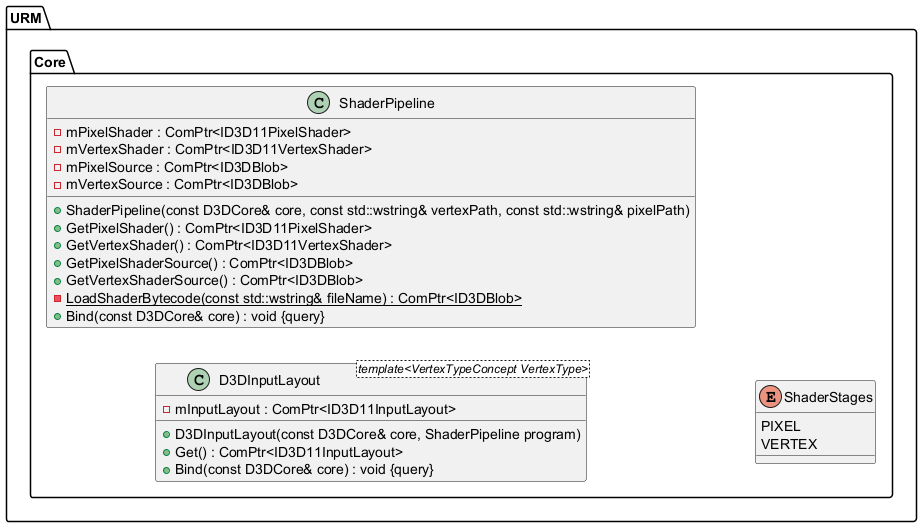
Earlier version of the PlantUML export Latex/images/UML/shader.png (MinikPLayer/MasterThesis_UniversalRenderingModule_D3D11).
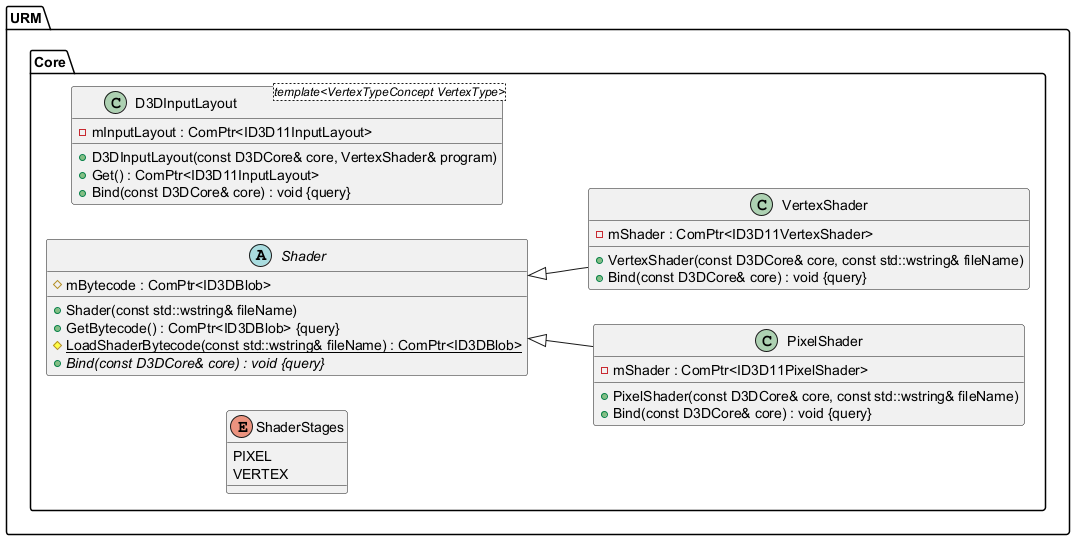
After the commit.

The edit, as a diff of the source:
```diff
@@ -9,23 +9,29 @@
 namespace URM {
 	namespace Core {
 		class D3DInputLayout <template<VertexTypeConcept VertexType>> {
-			+D3DInputLayout(const D3DCore& core, ShaderPipeline program)
+			+D3DInputLayout(const D3DCore& core, VertexShader& program)
 			+Get() : ComPtr<ID3D11InputLayout>
 			-mInputLayout : ComPtr<ID3D11InputLayout>
 			+Bind(const D3DCore& core) : void {query}
 		}
 
-		class ShaderPipeline {
-			+ShaderPipeline(const D3DCore& core, const std::wstring& vertexPath, const std::wstring& pixelPath)
-			+GetPixelShader() : ComPtr<ID3D11PixelShader>
-			-mPixelShader : ComPtr<ID3D11PixelShader>
-			+GetVertexShader() : ComPtr<ID3D11VertexShader>
-			-mVertexShader : ComPtr<ID3D11VertexShader>
-			+GetPixelShaderSource() : ComPtr<ID3DBlob>
-			+GetVertexShaderSource() : ComPtr<ID3DBlob>
-			-{static} LoadShaderBytecode(const std::wstring& fileName) : ComPtr<ID3DBlob>
-			-mPixelSource : ComPtr<ID3DBlob>
-			-mVertexSource : ComPtr<ID3DBlob>
+		class PixelShader {
+			+PixelShader(const D3DCore& core, const std::wstring& fileName)
+			-mShader : ComPtr<ID3D11PixelShader>
+			+Bind(const D3DCore& core) : void {query}
+		}
+
+		abstract class Shader {
+			+Shader(const std::wstring& fileName)
+			+GetBytecode() : ComPtr<ID3DBlob> {query}
+			#{static} LoadShaderBytecode(const std::wstring& fileName) : ComPtr<ID3DBlob>
+			#mBytecode : ComPtr<ID3DBlob>
+			+{abstract} Bind(const D3DCore& core) : void {query}
+		}
+
+		class VertexShader {
+			+VertexShader(const D3DCore& core, const std::wstring& fileName)
+			-mShader : ComPtr<ID3D11VertexShader>
 			+Bind(const D3DCore& core) : void {query}
 		}
 
@@ -41,6 +47,12 @@
 
 
 
+URM.Core.Shader <|-- URM.Core.PixelShader
+
+
+URM.Core.Shader <|-- URM.Core.VertexShader
+
+
 
 
 
```
